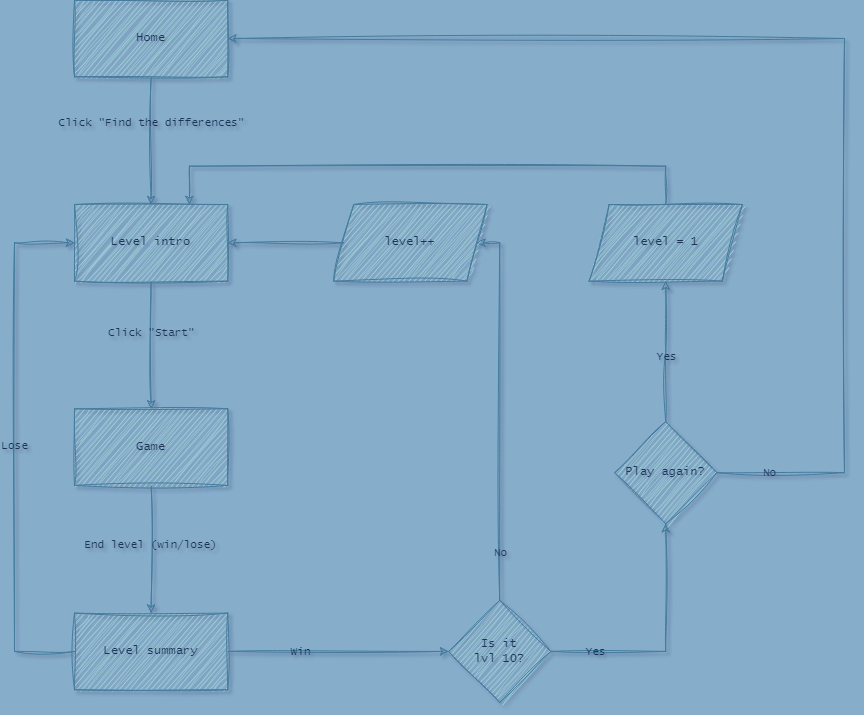
This is ftd-flowchart.png from vasilyoshev/ai-assistant, a draw.io export, as it was before one commit. Source tidied: cells renumbered, new cells last; positions are measured from the earlier drawing's top-left corner, leaving out a move shared by most shapes.
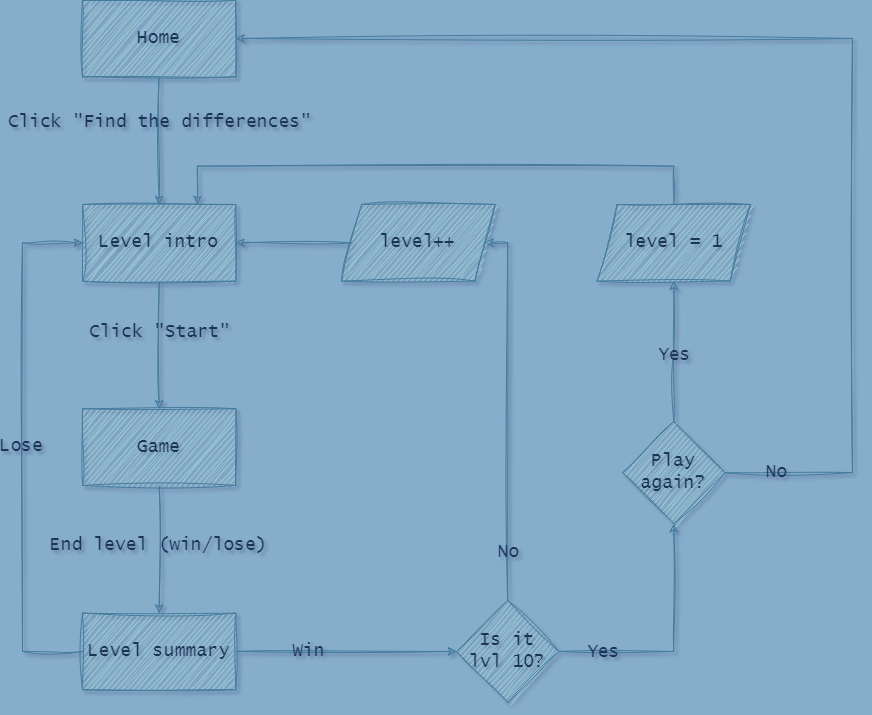
After the change.

Change to the diagram source:
```diff
@@ -2,38 +2,38 @@
   <root>
     <mxCell id="0" />
     <mxCell id="1" parent="0" />
-    <mxCell id="2" style="edgeStyle=orthogonalEdgeStyle;rounded=0;jettySize=auto;html=1;labelBackgroundColor=none;fontColor=default;strokeColor=#457B9D;sketch=1;curveFitting=1;jiggle=2;strokeWidth=1;fillColor=#A8DADC;fontFamily=Architects Daughter;" parent="1" edge="1" source="4" target="7">
+    <mxCell id="2" style="edgeStyle=orthogonalEdgeStyle;rounded=0;jettySize=auto;html=1;labelBackgroundColor=none;fontColor=default;strokeColor=#457B9D;sketch=1;curveFitting=1;jiggle=2;strokeWidth=1;fillColor=#A8DADC;fontFamily=Architects Daughter;fontSize=18;" parent="1" edge="1" source="4" target="7">
       <mxGeometry relative="1" as="geometry" />
     </mxCell>
-    <mxCell id="3" value="Click &quot;Find the differences&quot;" style="edgeLabel;html=1;align=center;verticalAlign=middle;labelBackgroundColor=none;rounded=0;fontColor=#1D3557;sketch=1;curveFitting=1;jiggle=2;fontFamily=Lucida Console;textShadow=0;" parent="2" vertex="1">
+    <mxCell id="3" value="Click &quot;Find the differences&quot;" style="edgeLabel;html=1;align=center;verticalAlign=middle;labelBackgroundColor=none;rounded=0;fontColor=#1D3557;sketch=1;curveFitting=1;jiggle=2;fontFamily=Lucida Console;textShadow=0;fontSize=18;" parent="2" vertex="1">
       <mxGeometry x="-0.04" relative="1" as="geometry">
         <mxPoint y="-16" as="offset" />
       </mxGeometry>
     </mxCell>
-    <mxCell id="4" value="Home" style="rounded=0;labelBackgroundColor=none;strokeWidth=1;perimeterSpacing=0;sketch=1;curveFitting=1;jiggle=2;fillColor=#A8DADC;fontColor=#1D3557;strokeColor=#457B9D;fontFamily=Lucida Console;textShadow=0;html=1;whiteSpace=wrap;" parent="1" vertex="1">
+    <mxCell id="4" value="Home" style="rounded=0;labelBackgroundColor=none;strokeWidth=1;perimeterSpacing=0;sketch=1;curveFitting=1;jiggle=2;fillColor=#A8DADC;fontColor=#1D3557;strokeColor=#457B9D;fontFamily=Lucida Console;textShadow=0;html=1;whiteSpace=wrap;fontSize=18;shadow=0;" parent="1" vertex="1">
       <mxGeometry x="60" y="-0.3" width="153.2" height="76.6" as="geometry" />
     </mxCell>
-    <mxCell id="5" style="edgeStyle=orthogonalEdgeStyle;rounded=0;jettySize=auto;html=1;exitX=0.5;exitY=1;exitDx=0;exitDy=0;entryX=0.5;entryY=0;entryDx=0;entryDy=0;labelBackgroundColor=none;fontColor=default;strokeColor=#457B9D;sketch=1;curveFitting=1;jiggle=2;strokeWidth=1;fillColor=#A8DADC;fontFamily=Architects Daughter;" parent="1" edge="1" source="7" target="10">
+    <mxCell id="5" style="edgeStyle=orthogonalEdgeStyle;rounded=0;jettySize=auto;html=1;exitX=0.5;exitY=1;exitDx=0;exitDy=0;entryX=0.5;entryY=0;entryDx=0;entryDy=0;labelBackgroundColor=none;fontColor=default;strokeColor=#457B9D;sketch=1;curveFitting=1;jiggle=2;strokeWidth=1;fillColor=#A8DADC;fontFamily=Architects Daughter;fontSize=18;" parent="1" edge="1" source="7" target="10">
       <mxGeometry relative="1" as="geometry" />
     </mxCell>
-    <mxCell id="6" value="Click &quot;Start&quot;" style="edgeLabel;html=1;align=center;verticalAlign=middle;labelBackgroundColor=none;rounded=0;fontColor=#1D3557;sketch=1;curveFitting=1;jiggle=2;fontFamily=Lucida Console;" parent="5" vertex="1">
+    <mxCell id="6" value="Click &quot;Start&quot;" style="edgeLabel;html=1;align=center;verticalAlign=middle;labelBackgroundColor=none;rounded=0;fontColor=#1D3557;sketch=1;curveFitting=1;jiggle=2;fontFamily=Lucida Console;fontSize=18;" parent="5" vertex="1">
       <mxGeometry relative="1" as="geometry">
         <mxPoint y="-13" as="offset" />
       </mxGeometry>
     </mxCell>
-    <mxCell id="7" value="Level intro" style="rounded=0;whiteSpace=wrap;html=1;labelBackgroundColor=none;strokeWidth=1;sketch=1;curveFitting=1;jiggle=2;fillColor=#A8DADC;fontColor=#1D3557;strokeColor=#457B9D;fontFamily=Lucida Console;" parent="1" vertex="1">
+    <mxCell id="7" value="Level intro" style="rounded=0;whiteSpace=wrap;html=1;labelBackgroundColor=none;strokeWidth=1;sketch=1;curveFitting=1;jiggle=2;fillColor=#A8DADC;fontColor=#1D3557;strokeColor=#457B9D;fontFamily=Lucida Console;fontSize=18;" parent="1" vertex="1">
       <mxGeometry x="60" y="204" width="153.2" height="76.6" as="geometry" />
     </mxCell>
-    <mxCell id="8" style="edgeStyle=orthogonalEdgeStyle;rounded=0;jettySize=auto;html=1;entryX=0.5;entryY=0;entryDx=0;entryDy=0;labelBackgroundColor=none;fontColor=default;strokeColor=#457B9D;sketch=1;curveFitting=1;jiggle=2;strokeWidth=1;fillColor=#A8DADC;fontFamily=Architects Daughter;" parent="1" edge="1" source="10" target="15">
+    <mxCell id="8" style="edgeStyle=orthogonalEdgeStyle;rounded=0;jettySize=auto;html=1;entryX=0.5;entryY=0;entryDx=0;entryDy=0;labelBackgroundColor=none;fontColor=default;strokeColor=#457B9D;sketch=1;curveFitting=1;jiggle=2;strokeWidth=1;fillColor=#A8DADC;fontFamily=Architects Daughter;fontSize=18;" parent="1" edge="1" source="10" target="15">
       <mxGeometry relative="1" as="geometry" />
     </mxCell>
-    <mxCell id="9" value="End level (win/lose)" style="edgeLabel;html=1;align=center;verticalAlign=middle;labelBackgroundColor=none;rounded=0;fontColor=#1D3557;sketch=1;curveFitting=1;jiggle=2;fontFamily=Lucida Console;" parent="8" vertex="1">
+    <mxCell id="9" value="End level (win/lose)" style="edgeLabel;html=1;align=center;verticalAlign=middle;labelBackgroundColor=none;rounded=0;fontColor=#1D3557;sketch=1;curveFitting=1;jiggle=2;fontFamily=Lucida Console;fontSize=18;" parent="8" vertex="1">
       <mxGeometry x="-0.08" y="-1" relative="1" as="geometry" />
     </mxCell>
-    <mxCell id="10" value="Game" style="rounded=0;whiteSpace=wrap;html=1;labelBackgroundColor=none;strokeWidth=1;sketch=1;curveFitting=1;jiggle=2;fillColor=#A8DADC;fontColor=#1D3557;strokeColor=#457B9D;fontFamily=Lucida Console;" parent="1" vertex="1">
+    <mxCell id="10" value="Game" style="rounded=0;whiteSpace=wrap;html=1;labelBackgroundColor=none;strokeWidth=1;sketch=1;curveFitting=1;jiggle=2;fillColor=#A8DADC;fontColor=#1D3557;strokeColor=#457B9D;fontFamily=Lucida Console;fontSize=18;" parent="1" vertex="1">
       <mxGeometry x="60" y="408.3" width="153.2" height="76.6" as="geometry" />
     </mxCell>
-    <mxCell id="11" style="edgeStyle=orthogonalEdgeStyle;rounded=0;jettySize=auto;html=1;entryX=0;entryY=0.5;entryDx=0;entryDy=0;labelBackgroundColor=none;fontColor=default;strokeColor=#457B9D;sketch=1;curveFitting=1;jiggle=2;strokeWidth=1;fillColor=#A8DADC;fontFamily=Architects Daughter;" parent="1" edge="1" source="15" target="7">
+    <mxCell id="11" style="edgeStyle=orthogonalEdgeStyle;rounded=0;jettySize=auto;html=1;entryX=0;entryY=0.5;entryDx=0;entryDy=0;labelBackgroundColor=none;fontColor=default;strokeColor=#457B9D;sketch=1;curveFitting=1;jiggle=2;strokeWidth=1;fillColor=#A8DADC;fontFamily=Architects Daughter;fontSize=18;" parent="1" edge="1" source="15" target="7">
       <mxGeometry relative="1" as="geometry">
         <Array as="points">
           <mxPoint y="650.9" />
@@ -41,58 +41,58 @@
         </Array>
       </mxGeometry>
     </mxCell>
-    <mxCell id="12" value="Lose" style="edgeLabel;html=1;align=center;verticalAlign=middle;labelBackgroundColor=none;rounded=0;fontColor=#1D3557;sketch=1;curveFitting=1;jiggle=2;fontFamily=Lucida Console;" parent="11" vertex="1">
+    <mxCell id="12" value="Lose" style="edgeLabel;html=1;align=center;verticalAlign=middle;labelBackgroundColor=none;rounded=0;fontColor=#1D3557;sketch=1;curveFitting=1;jiggle=2;fontFamily=Lucida Console;fontSize=18;" parent="11" vertex="1">
       <mxGeometry x="0.01" y="1" relative="1" as="geometry" />
     </mxCell>
-    <mxCell id="13" style="edgeStyle=orthogonalEdgeStyle;rounded=0;jettySize=auto;html=1;exitX=1;exitY=0.5;exitDx=0;exitDy=0;labelBackgroundColor=none;fontColor=default;strokeColor=#457B9D;sketch=1;curveFitting=1;jiggle=2;strokeWidth=1;fillColor=#A8DADC;fontFamily=Architects Daughter;" parent="1" edge="1" source="15" target="20">
+    <mxCell id="13" style="edgeStyle=orthogonalEdgeStyle;rounded=0;jettySize=auto;html=1;exitX=1;exitY=0.5;exitDx=0;exitDy=0;labelBackgroundColor=none;fontColor=default;strokeColor=#457B9D;sketch=1;curveFitting=1;jiggle=2;strokeWidth=1;fillColor=#A8DADC;fontFamily=Architects Daughter;fontSize=18;" parent="1" edge="1" source="15" target="20">
       <mxGeometry relative="1" as="geometry" />
     </mxCell>
-    <mxCell id="14" value="Win" style="edgeLabel;html=1;align=center;verticalAlign=middle;labelBackgroundColor=none;rounded=0;fontColor=#1D3557;sketch=1;curveFitting=1;jiggle=2;fontFamily=Lucida Console;" parent="13" vertex="1">
+    <mxCell id="14" value="Win" style="edgeLabel;html=1;align=center;verticalAlign=middle;labelBackgroundColor=none;rounded=0;fontColor=#1D3557;sketch=1;curveFitting=1;jiggle=2;fontFamily=Lucida Console;fontSize=18;" parent="13" vertex="1">
       <mxGeometry x="-0.2" y="-1" relative="1" as="geometry">
         <mxPoint x="-16" y="-1" as="offset" />
       </mxGeometry>
     </mxCell>
-    <mxCell id="15" value="Level summary" style="rounded=0;whiteSpace=wrap;html=1;labelBackgroundColor=none;strokeWidth=1;sketch=1;curveFitting=1;jiggle=2;fillColor=#A8DADC;fontColor=#1D3557;strokeColor=#457B9D;fontFamily=Lucida Console;" parent="1" vertex="1">
+    <mxCell id="15" value="Level summary" style="rounded=0;whiteSpace=wrap;html=1;labelBackgroundColor=none;strokeWidth=1;sketch=1;curveFitting=1;jiggle=2;fillColor=#A8DADC;fontColor=#1D3557;strokeColor=#457B9D;fontFamily=Lucida Console;fontSize=18;" parent="1" vertex="1">
       <mxGeometry x="60" y="612.6" width="153.2" height="76.6" as="geometry" />
     </mxCell>
-    <mxCell id="16" style="edgeStyle=orthogonalEdgeStyle;rounded=0;jettySize=auto;html=1;exitX=0.5;exitY=0;exitDx=0;exitDy=0;entryX=1;entryY=0.5;entryDx=0;entryDy=0;labelBackgroundColor=none;fontColor=default;strokeColor=#457B9D;sketch=1;curveFitting=1;jiggle=2;strokeWidth=1;fillColor=#A8DADC;fontFamily=Architects Daughter;" parent="1" edge="1" source="20" target="22">
+    <mxCell id="16" style="edgeStyle=orthogonalEdgeStyle;rounded=0;jettySize=auto;html=1;exitX=0.5;exitY=0;exitDx=0;exitDy=0;entryX=1;entryY=0.5;entryDx=0;entryDy=0;labelBackgroundColor=none;fontColor=default;strokeColor=#457B9D;sketch=1;curveFitting=1;jiggle=2;strokeWidth=1;fillColor=#A8DADC;fontFamily=Architects Daughter;fontSize=18;" parent="1" edge="1" source="20" target="22">
       <mxGeometry relative="1" as="geometry">
         <Array as="points">
           <mxPoint x="485.2" y="242.3" />
         </Array>
       </mxGeometry>
     </mxCell>
-    <mxCell id="17" value="No" style="edgeLabel;html=1;align=center;verticalAlign=middle;labelBackgroundColor=none;rounded=0;fontColor=#1D3557;sketch=1;curveFitting=1;jiggle=2;fontFamily=Lucida Console;" parent="16" vertex="1">
+    <mxCell id="17" value="No" style="edgeLabel;html=1;align=center;verticalAlign=middle;labelBackgroundColor=none;rounded=0;fontColor=#1D3557;sketch=1;curveFitting=1;jiggle=2;fontFamily=Lucida Console;labelBorderColor=none;textShadow=0;fontSize=18;" parent="16" vertex="1">
       <mxGeometry x="0.29" y="2" relative="1" as="geometry">
         <mxPoint x="2" y="197" as="offset" />
       </mxGeometry>
     </mxCell>
-    <mxCell id="18" style="edgeStyle=orthogonalEdgeStyle;rounded=0;jettySize=auto;html=1;entryX=0.5;entryY=1;entryDx=0;entryDy=0;labelBackgroundColor=none;fontColor=default;strokeColor=#457B9D;sketch=1;curveFitting=1;jiggle=2;strokeWidth=1;fillColor=#A8DADC;fontFamily=Architects Daughter;" parent="1" edge="1" source="20" target="27">
+    <mxCell id="18" style="edgeStyle=orthogonalEdgeStyle;rounded=0;jettySize=auto;html=1;entryX=0.5;entryY=1;entryDx=0;entryDy=0;labelBackgroundColor=none;fontColor=default;strokeColor=#457B9D;sketch=1;curveFitting=1;jiggle=2;strokeWidth=1;fillColor=#A8DADC;fontFamily=Architects Daughter;fontSize=18;" parent="1" edge="1" source="20" target="27">
       <mxGeometry relative="1" as="geometry" />
     </mxCell>
-    <mxCell id="19" value="Yes" style="edgeLabel;html=1;align=center;verticalAlign=middle;labelBackgroundColor=none;rounded=0;fontColor=#1D3557;sketch=1;curveFitting=1;jiggle=2;fontFamily=Lucida Console;" parent="18" vertex="1">
+    <mxCell id="19" value="Yes" style="edgeLabel;html=1;align=center;verticalAlign=middle;labelBackgroundColor=none;rounded=0;fontColor=#1D3557;sketch=1;curveFitting=1;jiggle=2;fontFamily=Lucida Console;fontSize=18;" parent="18" vertex="1">
       <mxGeometry x="-0.02" relative="1" as="geometry">
         <mxPoint x="-71" y="4" as="offset" />
       </mxGeometry>
     </mxCell>
-    <mxCell id="20" value="Is it&lt;div&gt;lvl 10?&lt;/div&gt;" style="rhombus;whiteSpace=wrap;html=1;labelBackgroundColor=none;rounded=0;strokeWidth=1;sketch=1;curveFitting=1;jiggle=2;fillColor=#A8DADC;fontColor=#1D3557;strokeColor=#457B9D;fontFamily=Lucida Console;" parent="1" vertex="1">
+    <mxCell id="20" value="Is it&lt;div style=&quot;font-size: 18px;&quot;&gt;lvl 10?&lt;/div&gt;" style="rhombus;whiteSpace=wrap;html=1;labelBackgroundColor=none;rounded=0;strokeWidth=1;sketch=1;curveFitting=1;jiggle=2;fillColor=#A8DADC;fontColor=#1D3557;strokeColor=#457B9D;fontFamily=Lucida Console;fontSize=18;" parent="1" vertex="1">
       <mxGeometry x="434.2" y="599.8" width="102.2" height="102.2" as="geometry" />
     </mxCell>
-    <mxCell id="21" style="edgeStyle=orthogonalEdgeStyle;rounded=0;jettySize=auto;html=1;labelBackgroundColor=none;fontColor=default;strokeColor=#457B9D;sketch=1;curveFitting=1;jiggle=2;strokeWidth=1;fillColor=#A8DADC;fontFamily=Architects Daughter;" parent="1" edge="1" source="22" target="7">
+    <mxCell id="21" style="edgeStyle=orthogonalEdgeStyle;rounded=0;jettySize=auto;html=1;labelBackgroundColor=none;fontColor=default;strokeColor=#457B9D;sketch=1;curveFitting=1;jiggle=2;strokeWidth=1;fillColor=#A8DADC;fontFamily=Architects Daughter;fontSize=18;" parent="1" edge="1" source="22" target="7">
       <mxGeometry relative="1" as="geometry" />
     </mxCell>
-    <mxCell id="22" value="level++" style="shape=parallelogram;perimeter=parallelogramPerimeter;whiteSpace=wrap;html=1;fixedSize=1;labelBackgroundColor=none;rounded=0;strokeWidth=1;sketch=1;curveFitting=1;jiggle=2;fillColor=#A8DADC;fontColor=#1D3557;strokeColor=#457B9D;fontFamily=Lucida Console;" parent="1" vertex="1">
+    <mxCell id="22" value="level++" style="shape=parallelogram;perimeter=parallelogramPerimeter;whiteSpace=wrap;html=1;fixedSize=1;labelBackgroundColor=none;rounded=0;strokeWidth=1;sketch=1;curveFitting=1;jiggle=2;fillColor=#A8DADC;fontColor=#1D3557;strokeColor=#457B9D;fontFamily=Lucida Console;fontSize=18;" parent="1" vertex="1">
       <mxGeometry x="319.2" y="204" width="153.2" height="76.6" as="geometry" />
     </mxCell>
-    <mxCell id="23" style="edgeStyle=orthogonalEdgeStyle;rounded=0;jettySize=auto;html=1;entryX=0.5;entryY=1;entryDx=0;entryDy=0;labelBackgroundColor=none;fontColor=default;strokeColor=#457B9D;sketch=1;curveFitting=1;jiggle=2;strokeWidth=1;fillColor=#A8DADC;fontFamily=Architects Daughter;" parent="1" edge="1" source="27" target="29">
+    <mxCell id="23" style="edgeStyle=orthogonalEdgeStyle;rounded=0;jettySize=auto;html=1;entryX=0.5;entryY=1;entryDx=0;entryDy=0;labelBackgroundColor=none;fontColor=default;strokeColor=#457B9D;sketch=1;curveFitting=1;jiggle=2;strokeWidth=1;fillColor=#A8DADC;fontFamily=Architects Daughter;fontSize=18;" parent="1" edge="1" source="27" target="29">
       <mxGeometry relative="1" as="geometry" />
     </mxCell>
-    <mxCell id="24" value="Yes" style="edgeLabel;html=1;align=center;verticalAlign=middle;labelBackgroundColor=none;rounded=0;fontColor=#1D3557;sketch=1;curveFitting=1;jiggle=2;fontFamily=Lucida Console;" parent="23" vertex="1">
+    <mxCell id="24" value="Yes" style="edgeLabel;html=1;align=center;verticalAlign=middle;labelBackgroundColor=none;rounded=0;fontColor=#1D3557;sketch=1;curveFitting=1;jiggle=2;fontFamily=Lucida Console;fontSize=18;" parent="23" vertex="1">
       <mxGeometry x="-0.01" relative="1" as="geometry">
         <mxPoint y="4" as="offset" />
       </mxGeometry>
     </mxCell>
-    <mxCell id="25" style="edgeStyle=orthogonalEdgeStyle;rounded=0;jettySize=auto;html=1;entryX=1;entryY=0.5;entryDx=0;entryDy=0;labelBackgroundColor=none;fontColor=default;strokeColor=#457B9D;sketch=1;curveFitting=1;jiggle=2;strokeWidth=1;fillColor=#A8DADC;fontFamily=Architects Daughter;" parent="1" edge="1" source="27" target="4">
+    <mxCell id="25" style="edgeStyle=orthogonalEdgeStyle;rounded=0;jettySize=auto;html=1;entryX=1;entryY=0.5;entryDx=0;entryDy=0;labelBackgroundColor=none;fontColor=default;strokeColor=#457B9D;sketch=1;curveFitting=1;jiggle=2;strokeWidth=1;fillColor=#A8DADC;fontFamily=Architects Daughter;fontSize=18;" parent="1" edge="1" source="27" target="4">
       <mxGeometry relative="1" as="geometry">
         <Array as="points">
           <mxPoint x="830" y="472.2" />
@@ -100,15 +100,15 @@
         </Array>
       </mxGeometry>
     </mxCell>
-    <mxCell id="26" value="No" style="edgeLabel;html=1;align=center;verticalAlign=middle;labelBackgroundColor=none;rounded=0;fontColor=#1D3557;sketch=1;curveFitting=1;jiggle=2;fontFamily=Lucida Console;" parent="25" vertex="1">
+    <mxCell id="26" value="No" style="edgeLabel;html=1;align=center;verticalAlign=middle;labelBackgroundColor=none;rounded=0;fontColor=#1D3557;sketch=1;curveFitting=1;jiggle=2;fontFamily=Lucida Console;fontSize=18;" parent="25" vertex="1">
       <mxGeometry x="-0.44" y="-1" relative="1" as="geometry">
         <mxPoint x="-77" y="201" as="offset" />
       </mxGeometry>
     </mxCell>
-    <mxCell id="27" value="Play again?" style="rhombus;whiteSpace=wrap;html=1;labelBackgroundColor=none;rounded=0;strokeWidth=1;sketch=1;curveFitting=1;jiggle=2;fillColor=#A8DADC;fontColor=#1D3557;strokeColor=#457B9D;fontFamily=Lucida Console;" parent="1" vertex="1">
+    <mxCell id="27" value="Play again?" style="rhombus;whiteSpace=wrap;html=1;labelBackgroundColor=none;rounded=0;strokeWidth=1;sketch=1;curveFitting=1;jiggle=2;fillColor=#A8DADC;fontColor=#1D3557;strokeColor=#457B9D;fontFamily=Lucida Console;fontSize=18;" parent="1" vertex="1">
       <mxGeometry x="600.2" y="421.1" width="102.2" height="102.2" as="geometry" />
     </mxCell>
-    <mxCell id="28" style="edgeStyle=orthogonalEdgeStyle;rounded=0;jettySize=auto;html=1;entryX=0.75;entryY=0;entryDx=0;entryDy=0;labelBackgroundColor=none;fontColor=default;strokeColor=#457B9D;sketch=1;curveFitting=1;jiggle=2;strokeWidth=1;fillColor=#A8DADC;fontFamily=Architects Daughter;" parent="1" edge="1" source="29" target="7">
+    <mxCell id="28" style="edgeStyle=orthogonalEdgeStyle;rounded=0;jettySize=auto;html=1;entryX=0.75;entryY=0;entryDx=0;entryDy=0;labelBackgroundColor=none;fontColor=default;strokeColor=#457B9D;sketch=1;curveFitting=1;jiggle=2;strokeWidth=1;fillColor=#A8DADC;fontFamily=Architects Daughter;fontSize=18;" parent="1" edge="1" source="29" target="7">
       <mxGeometry relative="1" as="geometry">
         <Array as="points">
           <mxPoint x="651.2" y="165.7" />
@@ -116,7 +116,7 @@
         </Array>
       </mxGeometry>
     </mxCell>
-    <mxCell id="29" value="level = 1" style="shape=parallelogram;perimeter=parallelogramPerimeter;whiteSpace=wrap;html=1;fixedSize=1;labelBackgroundColor=none;rounded=0;strokeWidth=1;sketch=1;curveFitting=1;jiggle=2;fillColor=#A8DADC;fontColor=#1D3557;strokeColor=#457B9D;fontFamily=Lucida Console;" parent="1" vertex="1">
+    <mxCell id="29" value="level = 1" style="shape=parallelogram;perimeter=parallelogramPerimeter;whiteSpace=wrap;html=1;fixedSize=1;labelBackgroundColor=none;rounded=0;strokeWidth=1;sketch=1;curveFitting=1;jiggle=2;fillColor=#A8DADC;fontColor=#1D3557;strokeColor=#457B9D;fontFamily=Lucida Console;fontSize=18;" parent="1" vertex="1">
       <mxGeometry x="574.6" y="204" width="153.2" height="76.6" as="geometry" />
     </mxCell>
   </root>
```
